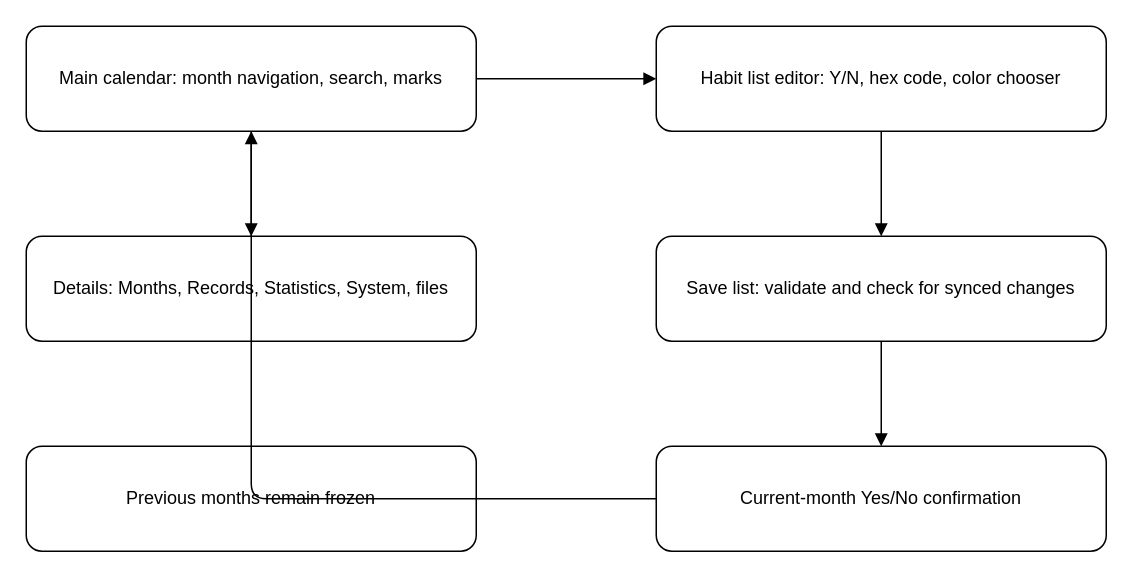
Above: docs/navigation.drawio in harharhari/rsn-habit-tracker-obsidian-plugin (draw.io), before the change. Source tidied: cells renumbered, new cells numbered last; positions are measured from the earlier drawing's top-left corner, leaving out a move shared by most shapes. Both pictures are drawn from the tidied source at 150%, with x=0, y=0 at pixel (26, 26).
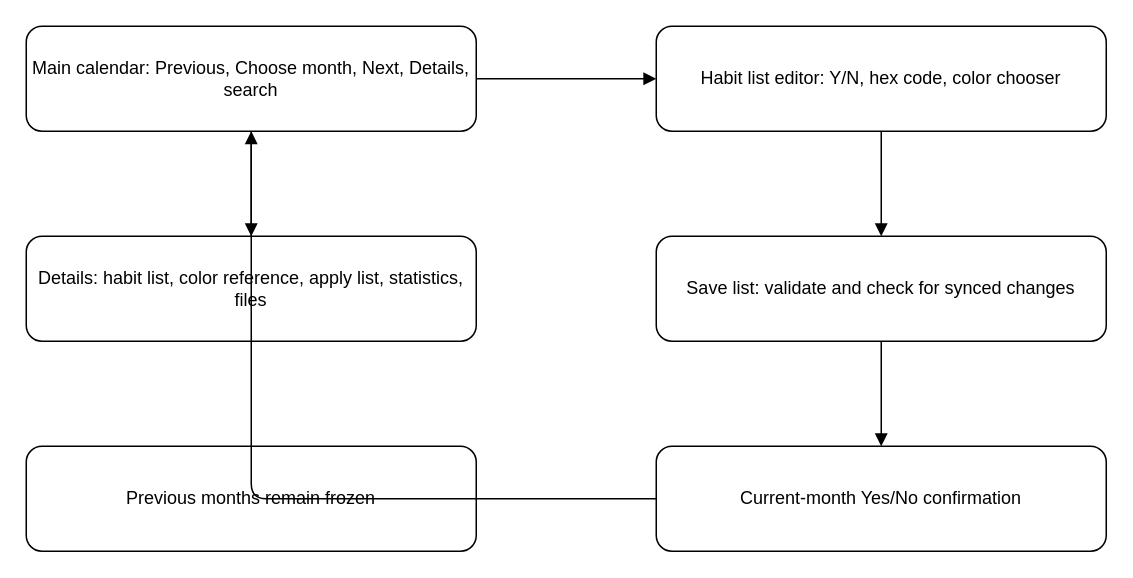
The same diagram, later.

Diff of the diagram source:
```diff
@@
 <mxGraphModel>
   <root>
     <mxCell id="0" />
     <mxCell id="1" parent="0" />
-    <mxCell id="2" value="Main calendar: month navigation, search, marks" style="rounded=1;whiteSpace=wrap;html=1;" parent="1" vertex="1">
+    <mxCell id="2" value="Main calendar: Previous, Choose month, Next, Details, search" style="rounded=1;whiteSpace=wrap;html=1;" parent="1" vertex="1">
       <mxGeometry width="300" height="70" as="geometry" />
     </mxCell>
-    <mxCell id="3" value="Details: Months, Records, Statistics, System, files" style="rounded=1;whiteSpace=wrap;html=1;" parent="1" vertex="1">
+    <mxCell id="3" value="Details: habit list, color reference, apply list, statistics, files" style="rounded=1;whiteSpace=wrap;html=1;" parent="1" vertex="1">
       <mxGeometry y="140" width="300" height="70" as="geometry" />
     </mxCell>
     <mxCell id="4" value="Habit list editor: Y/N, hex code, color chooser" style="rounded=1;whiteSpace=wrap;html=1;" parent="1" vertex="1">
       <mxGeometry x="420" width="300" height="70" as="geometry" />
     </mxCell>
     <mxCell id="5" value="Save list: validate and check for synced changes" style="rounded=1;whiteSpace=wrap;html=1;" parent="1" vertex="1">
       <mxGeometry x="420" y="140" width="300" height="70" as="geometry" />
     </mxCell>
     <mxCell id="6" value="Current-month Yes/No confirmation" style="rounded=1;whiteSpace=wrap;html=1;" parent="1" vertex="1">
       <mxGeometry x="420" y="280" width="300" height="70" as="geometry" />
     </mxCell>
     <mxCell id="7" value="Previous months remain frozen" style="rounded=1;whiteSpace=wrap;html=1;" parent="1" vertex="1">
       <mxGeometry y="280" width="300" height="70" as="geometry" />
     </mxCell>
     <mxCell id="8" style="edgeStyle=orthogonalEdgeStyle;endArrow=block;" parent="1" edge="1" source="2" target="3">
       <mxGeometry relative="1" as="geometry" />
     </mxCell>
     <mxCell id="9" style="edgeStyle=orthogonalEdgeStyle;endArrow=block;" parent="1" edge="1" source="2" target="4">
       <mxGeometry relative="1" as="geometry" />
     </mxCell>
     <mxCell id="10" style="edgeStyle=orthogonalEdgeStyle;endArrow=block;" parent="1" edge="1" source="4" target="5">
       <mxGeometry relative="1" as="geometry" />
     </mxCell>
     <mxCell id="11" style="edgeStyle=orthogonalEdgeStyle;endArrow=block;" parent="1" edge="1" source="5" target="6">
       <mxGeometry relative="1" as="geometry" />
     </mxCell>
     <mxCell id="12" style="edgeStyle=orthogonalEdgeStyle;endArrow=block;" parent="1" edge="1" source="6" target="2">
       <mxGeometry relative="1" as="geometry" />
     </mxCell>
   </root>
 </mxGraphModel>
```
